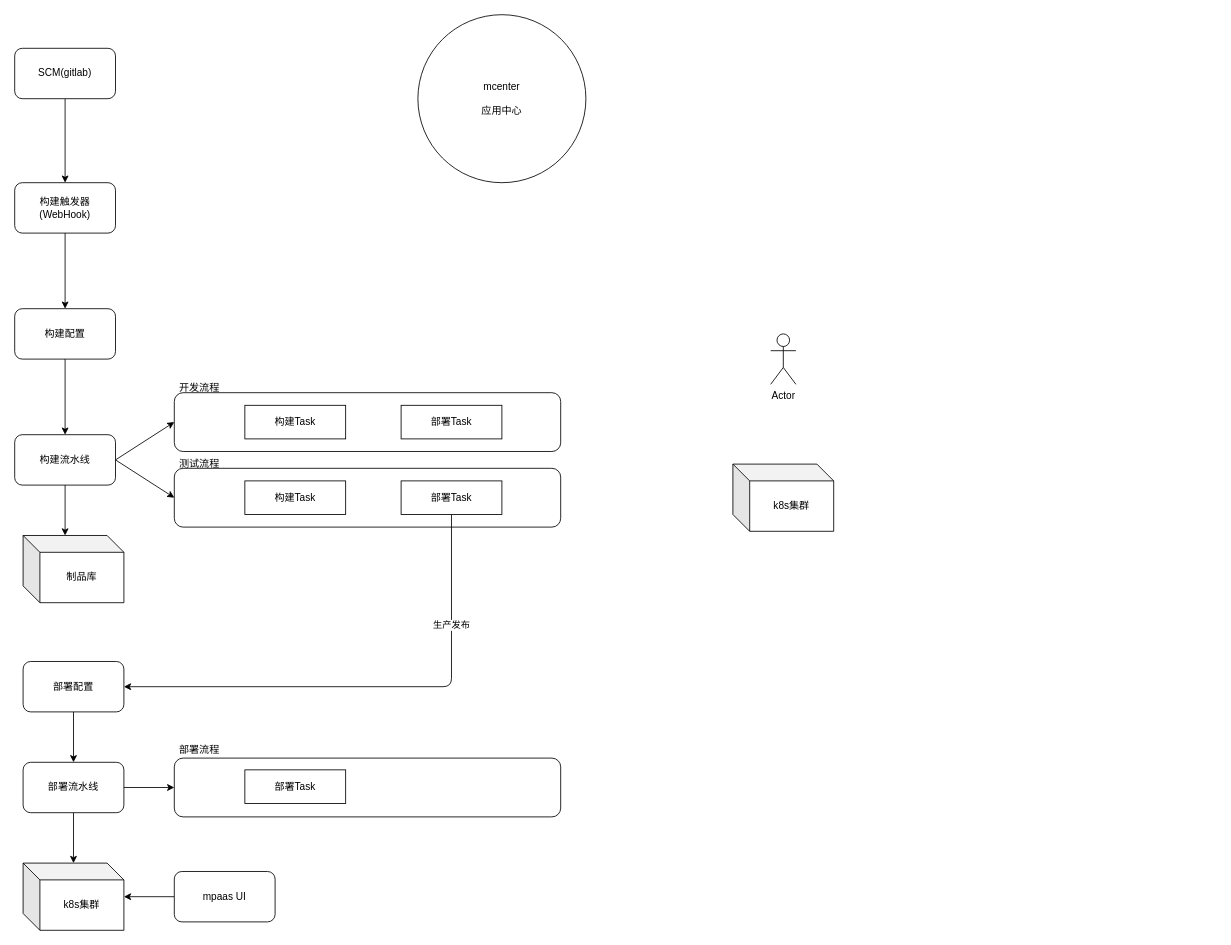
infraboard/mpaas keeps this draw.io diagram as docs/design.drawio. Above is the earlier version. Source tidied: cells renumbered, new cells numbered last; positions are measured from the earlier drawing's top-left corner, leaving out a move shared by most shapes. Both pictures are drawn from the tidied source at 84%, with x=0, y=0 at pixel (14, 14).
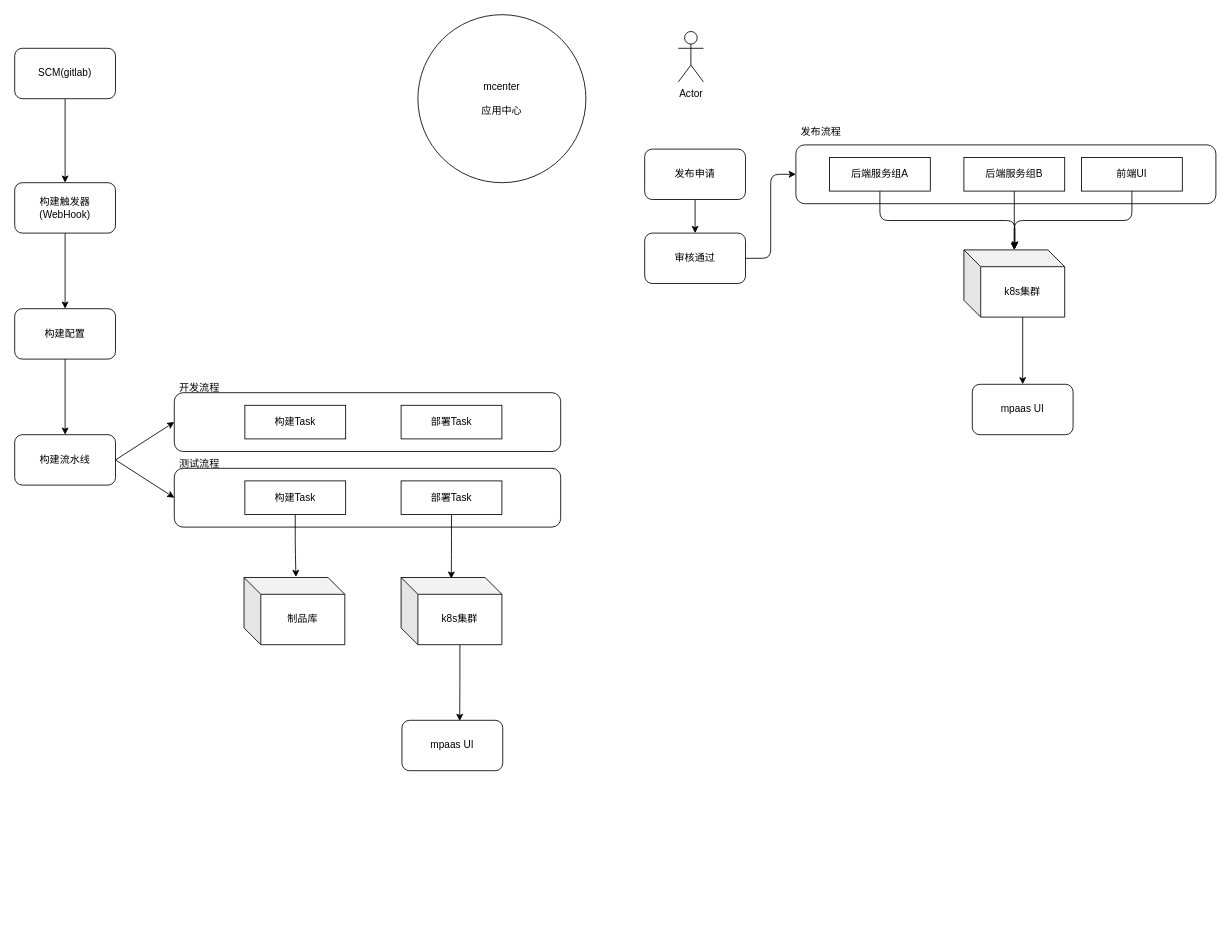
The same page after the edit.

The change refers to these unchanged cells:
```xml
<mxCell id="12" value="构建流水线" style="rounded=1;whiteSpace=wrap;html=1;" parent="1" vertex="1">
  <mxGeometry y="500" width="120" height="60" as="geometry" />
</mxCell>
<mxCell id="17" value="构建Task" style="rounded=0;whiteSpace=wrap;html=1;" parent="1" vertex="1">
  <mxGeometry x="274" y="555" width="120" height="40" as="geometry" />
</mxCell>
<mxCell id="20" value="部署Task" style="rounded=0;whiteSpace=wrap;html=1;" parent="1" vertex="1">
  <mxGeometry x="460" y="555" width="120" height="40" as="geometry" />
</mxCell>
```

What changed in the source:
```diff
@@
-    <mxCell id="9" style="edgeStyle=orthogonalEdgeStyle;html=1;exitX=0.5;exitY=1;exitDx=0;exitDy=0;entryX=0;entryY=0;entryDx=50;entryDy=0;entryPerimeter=0;" parent="1" edge="1" source="12" target="23">
-      <mxGeometry relative="1" as="geometry" />
-    </mxCell>
@@
+    <mxCell id="37" style="edgeStyle=orthogonalEdgeStyle;html=1;exitX=0.5;exitY=1;exitDx=0;exitDy=0;entryX=0.515;entryY=-0.007;entryDx=0;entryDy=0;entryPerimeter=0;" parent="1" edge="1" source="17" target="23">
+      <mxGeometry relative="1" as="geometry" />
+    </mxCell>
@@
-    <mxCell id="18" style="edgeStyle=orthogonalEdgeStyle;html=1;exitX=0.5;exitY=1;exitDx=0;exitDy=0;entryX=1;entryY=0.5;entryDx=0;entryDy=0;" parent="1" edge="1" source="20" target="25">
-      <mxGeometry relative="1" as="geometry" />
-    </mxCell>
-    <mxCell id="19" value="生产发布" style="edgeLabel;html=1;align=center;verticalAlign=middle;" parent="18" vertex="1">
-      <mxGeometry x="-0.56" y="-1" relative="1" as="geometry" />
-    </mxCell>
+    <mxCell id="38" style="edgeStyle=orthogonalEdgeStyle;html=1;exitX=0.5;exitY=1;exitDx=0;exitDy=0;entryX=0.498;entryY=0.018;entryDx=0;entryDy=0;entryPerimeter=0;" parent="1" edge="1" source="20" target="35">
+      <mxGeometry relative="1" as="geometry" />
+    </mxCell>
@@
     <mxCell id="23" value="制品库" style="shape=cube;whiteSpace=wrap;html=1;boundedLbl=1;backgroundOutline=1;darkOpacity=0.05;darkOpacity2=0.1;" parent="1" vertex="1">
-      <mxGeometry x="10" y="620" width="120" height="80" as="geometry" />
+      <mxGeometry x="273" y="670" width="120" height="80" as="geometry" />
     </mxCell>
-    <mxCell id="24" style="edgeStyle=none;html=1;exitX=0.5;exitY=1;exitDx=0;exitDy=0;entryX=0.5;entryY=0;entryDx=0;entryDy=0;" parent="1" edge="1" source="25" target="28">
-      <mxGeometry relative="1" as="geometry" />
-    </mxCell>
-    <mxCell id="25" value="部署配置" style="rounded=1;whiteSpace=wrap;html=1;" parent="1" vertex="1">
-      <mxGeometry x="10" y="770" width="120" height="60" as="geometry" />
-    </mxCell>
-    <mxCell id="26" style="edgeStyle=none;html=1;exitX=1;exitY=0.5;exitDx=0;exitDy=0;entryX=0;entryY=0.5;entryDx=0;entryDy=0;" parent="1" edge="1" source="28" target="29">
-      <mxGeometry relative="1" as="geometry" />
-    </mxCell>
-    <mxCell id="27" style="edgeStyle=none;html=1;exitX=0.5;exitY=1;exitDx=0;exitDy=0;" parent="1" edge="1" source="28" target="32">
-      <mxGeometry relative="1" as="geometry" />
-    </mxCell>
-    <mxCell id="28" value="部署流水线" style="rounded=1;whiteSpace=wrap;html=1;" parent="1" vertex="1">
-      <mxGeometry x="10" y="890" width="120" height="60" as="geometry" />
-    </mxCell>
     <mxCell id="29" style="rounded=1;whiteSpace=wrap;html=1;" parent="1" vertex="1">
-      <mxGeometry x="190" y="885" width="460" height="70" as="geometry" />
+      <mxGeometry x="930" y="155" width="500" height="70" as="geometry" />
     </mxCell>
+    <mxCell id="39" style="edgeStyle=orthogonalEdgeStyle;html=1;exitX=0.5;exitY=1;exitDx=0;exitDy=0;entryX=0.507;entryY=-0.022;entryDx=0;entryDy=0;entryPerimeter=0;" parent="1" edge="1" source="30" target="32">
+      <mxGeometry relative="1" as="geometry" />
+    </mxCell>
-    <mxCell id="30" value="部署Task" style="rounded=0;whiteSpace=wrap;html=1;" parent="1" vertex="1">
-      <mxGeometry x="274" y="899" width="120" height="40" as="geometry" />
+    <mxCell id="30" value="后端服务组A" style="rounded=0;whiteSpace=wrap;html=1;" parent="1" vertex="1">
+      <mxGeometry x="970" y="170" width="120" height="40" as="geometry" />
     </mxCell>
-    <mxCell id="31" value="部署流程" style="text;html=1;strokeColor=none;fillColor=none;align=center;verticalAlign=middle;whiteSpace=wrap;rounded=0;" parent="1" vertex="1">
-      <mxGeometry x="190" y="860" width="60" height="30" as="geometry" />
+    <mxCell id="31" value="发布流程" style="text;html=1;strokeColor=none;fillColor=none;align=center;verticalAlign=middle;whiteSpace=wrap;rounded=0;" parent="1" vertex="1">
+      <mxGeometry x="930" y="125" width="60" height="30" as="geometry" />
     </mxCell>
+    <mxCell id="40" style="edgeStyle=orthogonalEdgeStyle;html=1;exitX=0;exitY=0;exitDx=70;exitDy=80;exitPerimeter=0;" parent="1" edge="1" source="32" target="50">
+      <mxGeometry relative="1" as="geometry" />
+    </mxCell>
     <mxCell id="32" value="k8s集群" style="shape=cube;whiteSpace=wrap;html=1;boundedLbl=1;backgroundOutline=1;darkOpacity=0.05;darkOpacity2=0.1;" parent="1" vertex="1">
-      <mxGeometry x="10" y="1010" width="120" height="80" as="geometry" />
+      <mxGeometry x="1130" y="280" width="120" height="80" as="geometry" />
     </mxCell>
-    <mxCell id="33" style="edgeStyle=none;html=1;exitX=0;exitY=0.5;exitDx=0;exitDy=0;" parent="1" edge="1" source="34" target="32">
-      <mxGeometry relative="1" as="geometry" />
-    </mxCell>
     <mxCell id="34" value="mpaas UI" style="rounded=1;whiteSpace=wrap;html=1;" parent="1" vertex="1">
-      <mxGeometry x="190" y="1020" width="120" height="60" as="geometry" />
+      <mxGeometry x="461" y="840" width="120" height="60" as="geometry" />
     </mxCell>
+    <mxCell id="41" style="edgeStyle=orthogonalEdgeStyle;html=1;exitX=0;exitY=0;exitDx=70;exitDy=80;exitPerimeter=0;entryX=0.573;entryY=0.013;entryDx=0;entryDy=0;entryPerimeter=0;" parent="1" edge="1" source="35" target="34">
+      <mxGeometry relative="1" as="geometry" />
+    </mxCell>
     <mxCell id="35" value="k8s集群" style="shape=cube;whiteSpace=wrap;html=1;boundedLbl=1;backgroundOutline=1;darkOpacity=0.05;darkOpacity2=0.1;" parent="1" vertex="1">
-      <mxGeometry x="855" y="535" width="120" height="80" as="geometry" />
+      <mxGeometry x="460" y="670" width="120" height="80" as="geometry" />
     </mxCell>
     <mxCell id="36" value="Actor" style="shape=umlActor;verticalLabelPosition=bottom;verticalAlign=top;html=1;" parent="1" vertex="1">
-      <mxGeometry x="900" y="380" width="30" height="60" as="geometry" />
+      <mxGeometry x="790" y="20" width="30" height="60" as="geometry" />
     </mxCell>
+    <mxCell id="42" style="edgeStyle=orthogonalEdgeStyle;html=1;exitX=0.5;exitY=1;exitDx=0;exitDy=0;entryX=0.5;entryY=0;entryDx=0;entryDy=0;" parent="1" edge="1" source="43" target="45">
+      <mxGeometry relative="1" as="geometry" />
+    </mxCell>
+    <mxCell id="43" value="发布申请" style="rounded=1;whiteSpace=wrap;html=1;" parent="1" vertex="1">
+      <mxGeometry x="750" y="160" width="120" height="60" as="geometry" />
+    </mxCell>
+    <mxCell id="44" style="edgeStyle=orthogonalEdgeStyle;html=1;exitX=1;exitY=0.5;exitDx=0;exitDy=0;entryX=0;entryY=0.5;entryDx=0;entryDy=0;" parent="1" edge="1" source="45" target="29">
+      <mxGeometry relative="1" as="geometry" />
+    </mxCell>
+    <mxCell id="45" value="审核通过" style="rounded=1;whiteSpace=wrap;html=1;" parent="1" vertex="1">
+      <mxGeometry x="750" y="260" width="120" height="60" as="geometry" />
+    </mxCell>
+    <mxCell id="46" style="edgeStyle=orthogonalEdgeStyle;html=1;exitX=0.5;exitY=1;exitDx=0;exitDy=0;" parent="1" edge="1" source="47" target="32">
+      <mxGeometry relative="1" as="geometry" />
+    </mxCell>
+    <mxCell id="47" value="后端服务组B" style="rounded=0;whiteSpace=wrap;html=1;" parent="1" vertex="1">
+      <mxGeometry x="1130" y="170" width="120" height="40" as="geometry" />
+    </mxCell>
+    <mxCell id="48" style="edgeStyle=orthogonalEdgeStyle;html=1;exitX=0.5;exitY=1;exitDx=0;exitDy=0;" parent="1" edge="1" source="49" target="32">
+      <mxGeometry relative="1" as="geometry" />
+    </mxCell>
+    <mxCell id="49" value="前端UI" style="rounded=0;whiteSpace=wrap;html=1;" parent="1" vertex="1">
+      <mxGeometry x="1270" y="170" width="120" height="40" as="geometry" />
+    </mxCell>
+    <mxCell id="50" value="mpaas UI" style="rounded=1;whiteSpace=wrap;html=1;" parent="1" vertex="1">
+      <mxGeometry x="1140" y="440" width="120" height="60" as="geometry" />
+    </mxCell>
```
